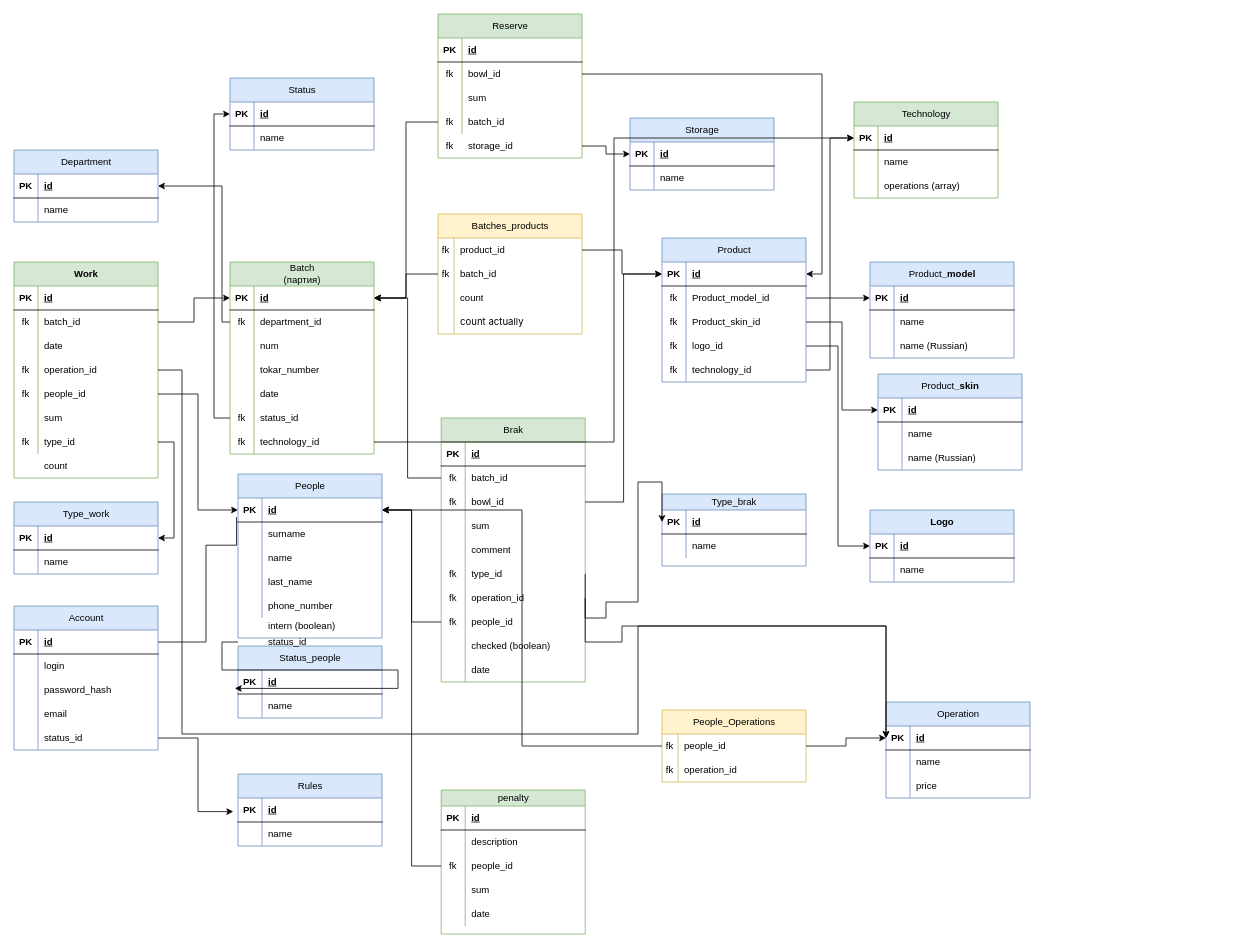
The draw.io diagram CosmoCRM.drawio in OGdanik/db_diagrams, before the edit. Source tidied: cells renumbered, new cells numbered last; positions are measured from the earlier drawing's top-left corner, leaving out a move shared by most shapes. Both pictures are drawn from the tidied source at 80%, with x=0, y=0 at pixel (14, 14).
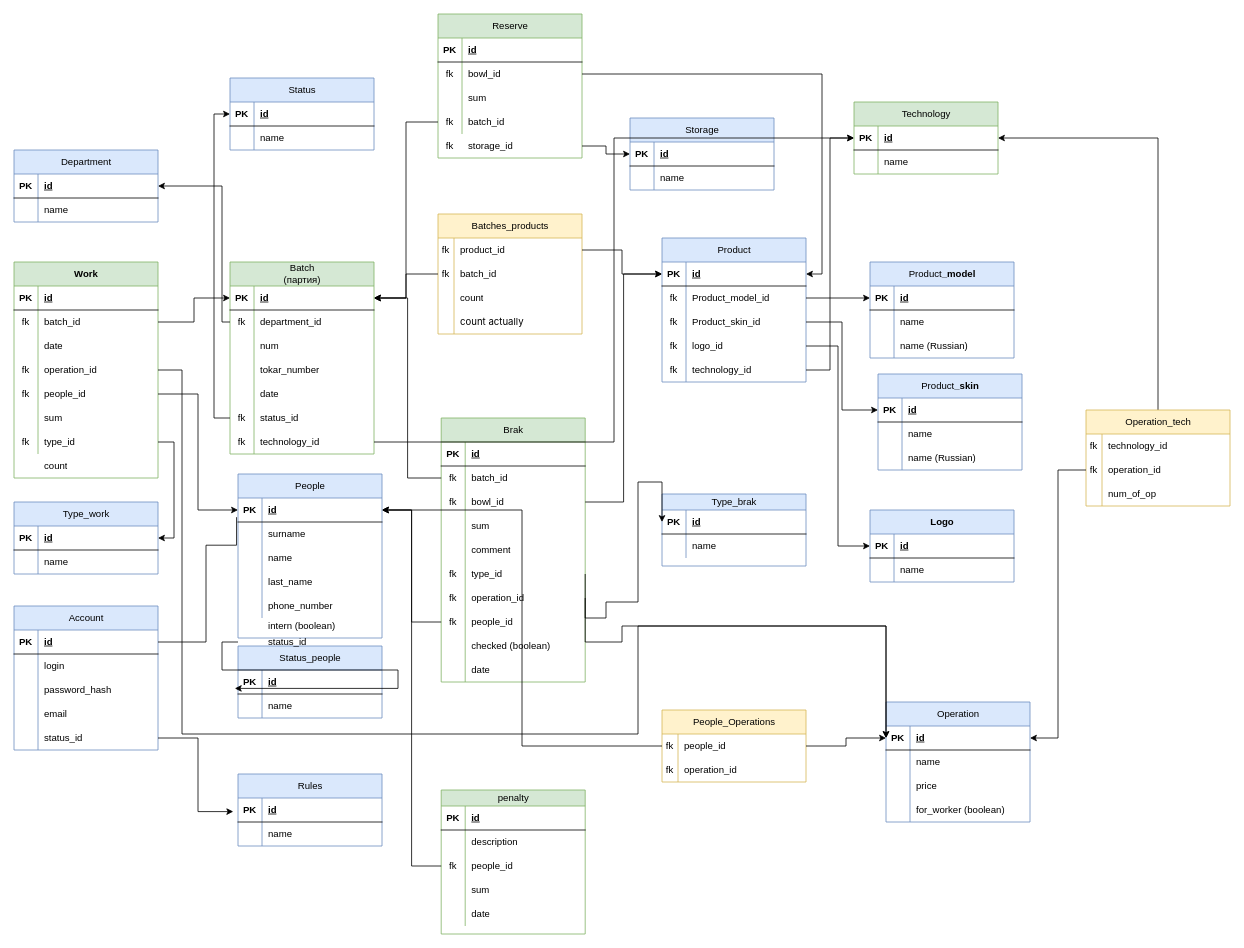
Above is the later version.

The change refers to these unchanged cells:
```xml
<mxCell id="89" style="shape=tableRow;horizontal=0;startSize=0;swimlaneHead=0;swimlaneBody=0;fillColor=none;points=[[0,0.5],[1,0.5]];portConstraint=eastwest;top=0;left=0;right=0;bottom=1;" parent="88" vertex="1">
  <mxGeometry y="30" width="180" height="30" as="geometry" />
</mxCell>
<mxCell id="202" style="shape=tableRow;horizontal=0;startSize=0;swimlaneHead=0;swimlaneBody=0;fillColor=none;points=[[0,0.5],[1,0.5]];portConstraint=eastwest;top=0;left=0;right=0;bottom=1;" parent="201" vertex="1">
  <mxGeometry y="30" width="180" height="30" as="geometry" />
</mxCell>
```

What changed in the source:
```diff
@@
     <mxCell id="88" value="&lt;span style=&quot;font-weight: 400; text-wrap: wrap;&quot;&gt;Operation&lt;/span&gt;" style="shape=table;startSize=30;childLayout=tableLayout;rowLines=0;fontStyle=1;align=center;html=1;fillColor=#dae8fc;strokeColor=#6c8ebf;" parent="1" vertex="1">
-      <mxGeometry x="1090" y="860" width="180" height="120" as="geometry" />
+      <mxGeometry x="1090" y="860" width="180" height="150" as="geometry" />
     </mxCell>
@@
+    <mxCell id="311" style="shape=tableRow;horizontal=0;startSize=0;swimlaneHead=0;swimlaneBody=0;fillColor=none;top=0;left=0;right=0;bottom=0;" parent="88" vertex="1">
+      <mxGeometry y="120" width="180" height="30" as="geometry" />
+    </mxCell>
+    <mxCell id="209" style="shape=partialRectangle;fillColor=none;top=0;left=0;bottom=0;right=0;overflow=hidden;whiteSpace=wrap;html=1;" parent="311" vertex="1">
+      <mxGeometry width="30" height="30" as="geometry" />
+    </mxCell>
+    <mxCell id="312" value="for_worker (boolean)" style="shape=partialRectangle;fillColor=none;top=0;left=0;bottom=0;right=0;align=left;spacingLeft=6;overflow=hidden;whiteSpace=wrap;html=1;" parent="311" vertex="1">
+      <mxGeometry x="30" width="150" height="30" as="geometry" />
+    </mxCell>
@@
     <mxCell id="201" value="&lt;span style=&quot;font-weight: 400; text-wrap: wrap;&quot;&gt;Technology&lt;/span&gt;" style="shape=table;startSize=30;childLayout=tableLayout;rowLines=0;fontStyle=1;align=center;html=1;fillColor=#d5e8d4;strokeColor=#82b366;" parent="1" vertex="1">
-      <mxGeometry x="1050" y="110" width="180" height="120" as="geometry" />
+      <mxGeometry x="1050" y="110" width="180" height="90" as="geometry" />
     </mxCell>
@@
-    <mxCell id="208" style="shape=tableRow;horizontal=0;startSize=0;swimlaneHead=0;swimlaneBody=0;fillColor=none;top=0;left=0;right=0;bottom=0;" parent="201" vertex="1">
-      <mxGeometry y="90" width="180" height="30" as="geometry" />
-    </mxCell>
-    <mxCell id="209" style="shape=partialRectangle;fillColor=none;top=0;left=0;bottom=0;right=0;overflow=hidden;whiteSpace=wrap;html=1;" parent="208" vertex="1">
-      <mxGeometry width="30" height="30" as="geometry" />
-    </mxCell>
-    <mxCell id="210" value="operations (array)" style="shape=partialRectangle;fillColor=none;top=0;left=0;bottom=0;right=0;align=left;spacingLeft=6;overflow=hidden;whiteSpace=wrap;html=1;" parent="208" vertex="1">
-      <mxGeometry x="30" width="150" height="30" as="geometry" />
-    </mxCell>
@@
+    <mxCell id="313" style="edgeStyle=orthogonalEdgeStyle;rounded=0;jettySize=auto;html=1;entryX=1;entryY=0.5;entryDx=0;entryDy=0;" parent="1" edge="1" source="314" target="202">
+      <mxGeometry relative="1" as="geometry" />
+    </mxCell>
+    <mxCell id="314" value="&lt;span style=&quot;font-weight: 400; text-wrap: wrap;&quot;&gt;Operation_tech&lt;/span&gt;" style="shape=table;startSize=30;childLayout=tableLayout;rowLines=0;fontStyle=1;align=center;html=1;fillColor=#fff2cc;strokeColor=#d6b656;" parent="1" vertex="1">
+      <mxGeometry x="1340" y="495" width="180" height="120" as="geometry" />
+    </mxCell>
+    <mxCell id="315" style="shape=tableRow;horizontal=0;startSize=0;swimlaneHead=0;swimlaneBody=0;fillColor=none;top=0;left=0;right=0;bottom=0;" parent="314" vertex="1">
+      <mxGeometry y="30" width="180" height="30" as="geometry" />
+    </mxCell>
+    <mxCell id="316" value="fk" style="shape=partialRectangle;fillColor=none;top=0;left=0;bottom=0;right=0;overflow=hidden;whiteSpace=wrap;html=1;" parent="315" vertex="1">
+      <mxGeometry width="20" height="30" as="geometry" />
+    </mxCell>
+    <mxCell id="317" value="technology_id" style="shape=partialRectangle;fillColor=none;top=0;left=0;bottom=0;right=0;align=left;spacingLeft=6;overflow=hidden;whiteSpace=wrap;html=1;" parent="315" vertex="1">
+      <mxGeometry x="20" width="160" height="30" as="geometry" />
+    </mxCell>
+    <mxCell id="318" style="shape=tableRow;horizontal=0;startSize=0;swimlaneHead=0;swimlaneBody=0;fillColor=none;points=[[0,0.5],[1,0.5]];portConstraint=eastwest;top=0;left=0;right=0;bottom=0;" parent="314" vertex="1">
+      <mxGeometry y="60" width="180" height="30" as="geometry" />
+    </mxCell>
+    <mxCell id="319" value="fk" style="shape=partialRectangle;fillColor=none;top=0;left=0;bottom=0;right=0;overflow=hidden;whiteSpace=wrap;html=1;" parent="318" vertex="1">
+      <mxGeometry width="20" height="30" as="geometry" />
+    </mxCell>
+    <mxCell id="320" value="operation_id" style="shape=partialRectangle;fillColor=none;top=0;left=0;bottom=0;right=0;align=left;spacingLeft=6;overflow=hidden;whiteSpace=wrap;html=1;" parent="318" vertex="1">
+      <mxGeometry x="20" width="160" height="30" as="geometry" />
+    </mxCell>
+    <mxCell id="208" style="shape=tableRow;horizontal=0;startSize=0;swimlaneHead=0;swimlaneBody=0;fillColor=none;top=0;left=0;right=0;bottom=0;" parent="314" vertex="1">
+      <mxGeometry y="90" width="180" height="30" as="geometry" />
+    </mxCell>
+    <mxCell id="321" style="shape=partialRectangle;fillColor=none;top=0;left=0;bottom=0;right=0;overflow=hidden;whiteSpace=wrap;html=1;" parent="208" vertex="1">
+      <mxGeometry width="20" height="30" as="geometry" />
+    </mxCell>
+    <mxCell id="322" value="num_of_op" style="shape=partialRectangle;fillColor=none;top=0;left=0;bottom=0;right=0;align=left;spacingLeft=6;overflow=hidden;whiteSpace=wrap;html=1;" parent="208" vertex="1">
+      <mxGeometry x="20" width="160" height="30" as="geometry" />
+    </mxCell>
+    <mxCell id="323" style="edgeStyle=orthogonalEdgeStyle;rounded=0;jettySize=auto;html=1;entryX=1;entryY=0.5;entryDx=0;entryDy=0;" parent="1" edge="1" source="318" target="89">
+      <mxGeometry relative="1" as="geometry" />
+    </mxCell>
```
